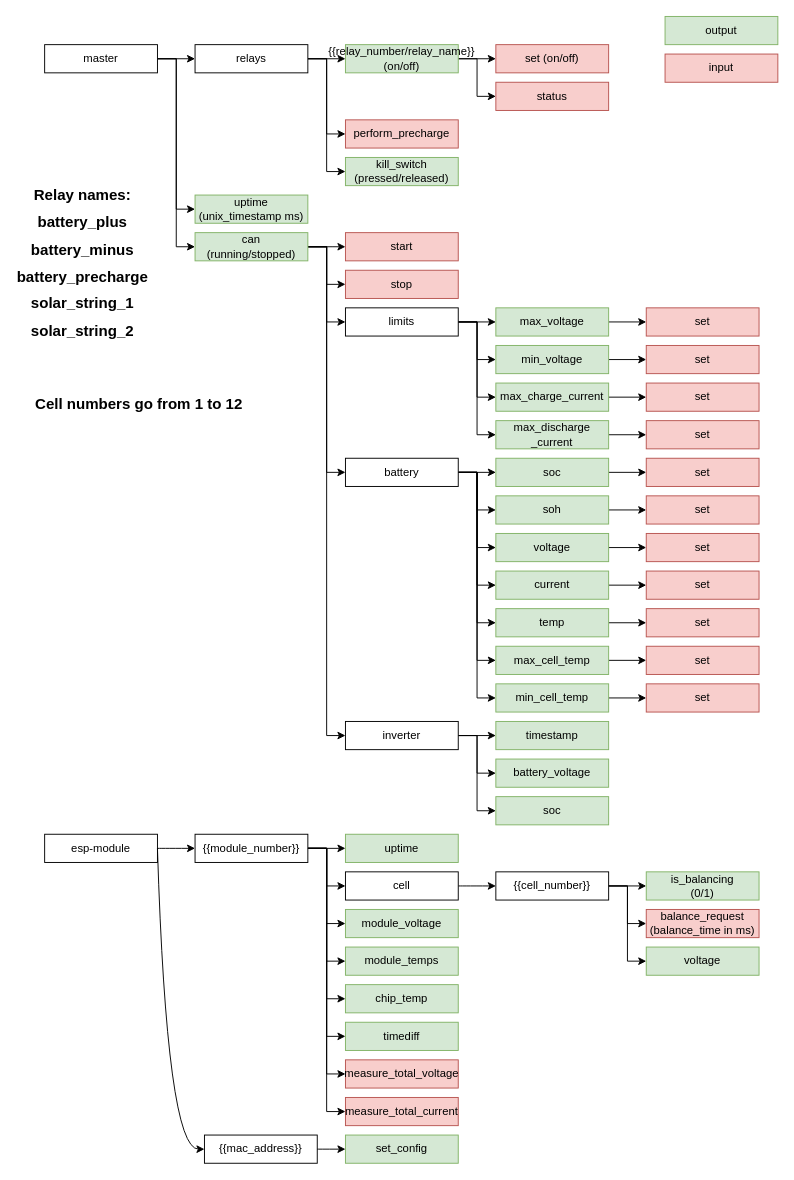
This is mqtt_topics.drawio from SunshadeCorp/EasyBMS-master, a draw.io file, before an edit. Source tidied: cells renumbered, new cells numbered last; positions are measured from the earlier drawing's top-left corner, leaving out a move shared by most shapes. Both pictures are drawn from the tidied source at 94%, with x=0, y=0 at pixel (35, 16).
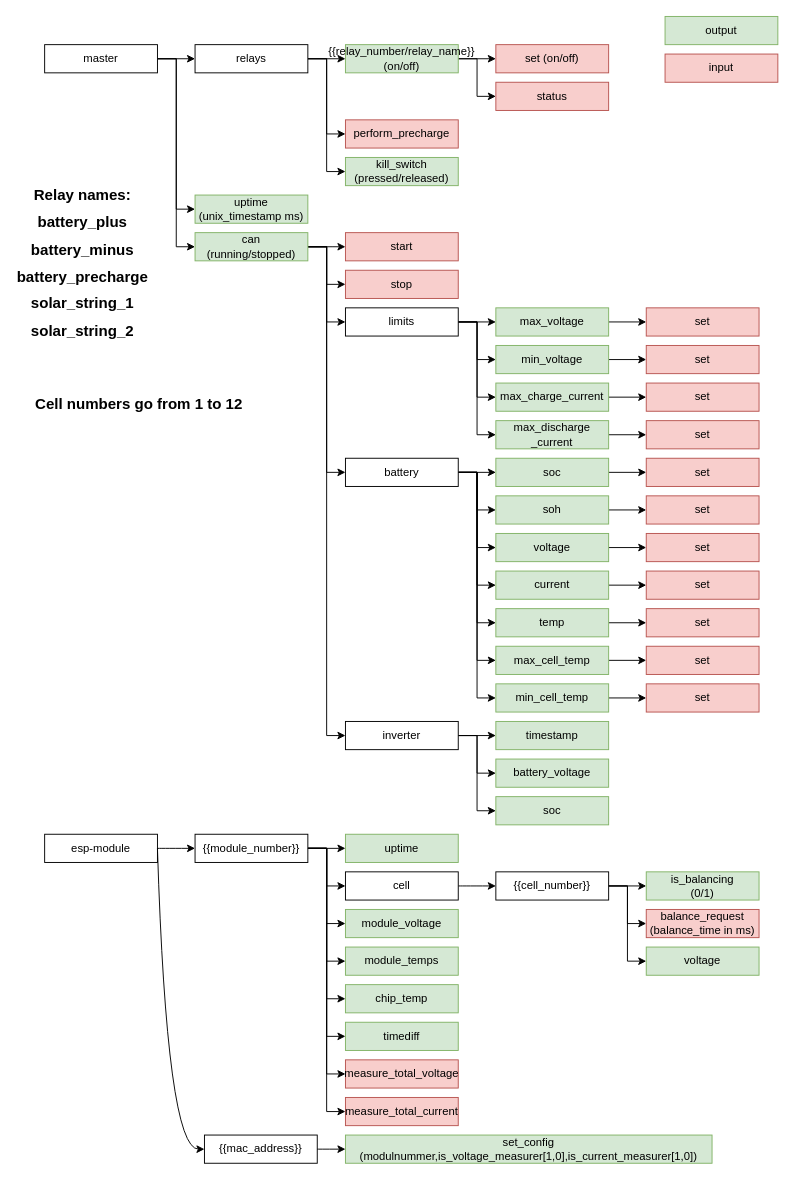
Above is the later version.

What changed in the source:
```diff
@@
-    <mxCell id="109" value="set_config&lt;br&gt;" style="rounded=0;whiteSpace=wrap;html=1;fillColor=#d5e8d4;strokeColor=#82b366;" parent="1" vertex="1">
-      <mxGeometry x="330" y="1190" width="120" height="30" as="geometry" />
+    <mxCell id="109" value="set_config&lt;br&gt;(modulnummer,is_voltage_measurer[1,0],is_current_measurer[1,0])&lt;br&gt;" style="rounded=0;whiteSpace=wrap;html=1;fillColor=#d5e8d4;strokeColor=#82b366;" parent="1" vertex="1">
+      <mxGeometry x="330" y="1190" width="390" height="30" as="geometry" />
     </mxCell>
```
